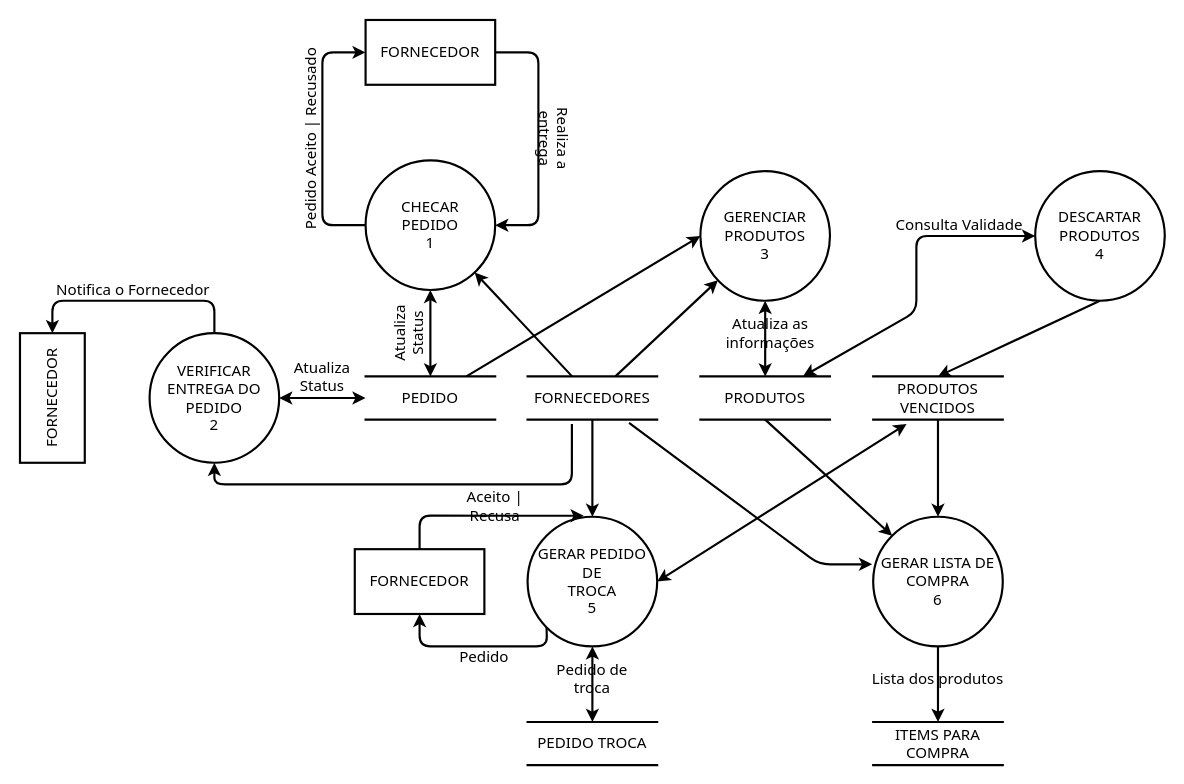
This is docs/artefatos-15-23/ESTOQUE/DFD_ESTOQUE.drawio from Darienzo08/ope_ads, a draw.io file, before an edit. Source tidied: cells renumbered, new cells numbered last; positions are measured from the earlier drawing's top-left corner, leaving out a move shared by most shapes. Both pictures are drawn from the tidied source at 108%, with x=0, y=0 at pixel (-13, 19).
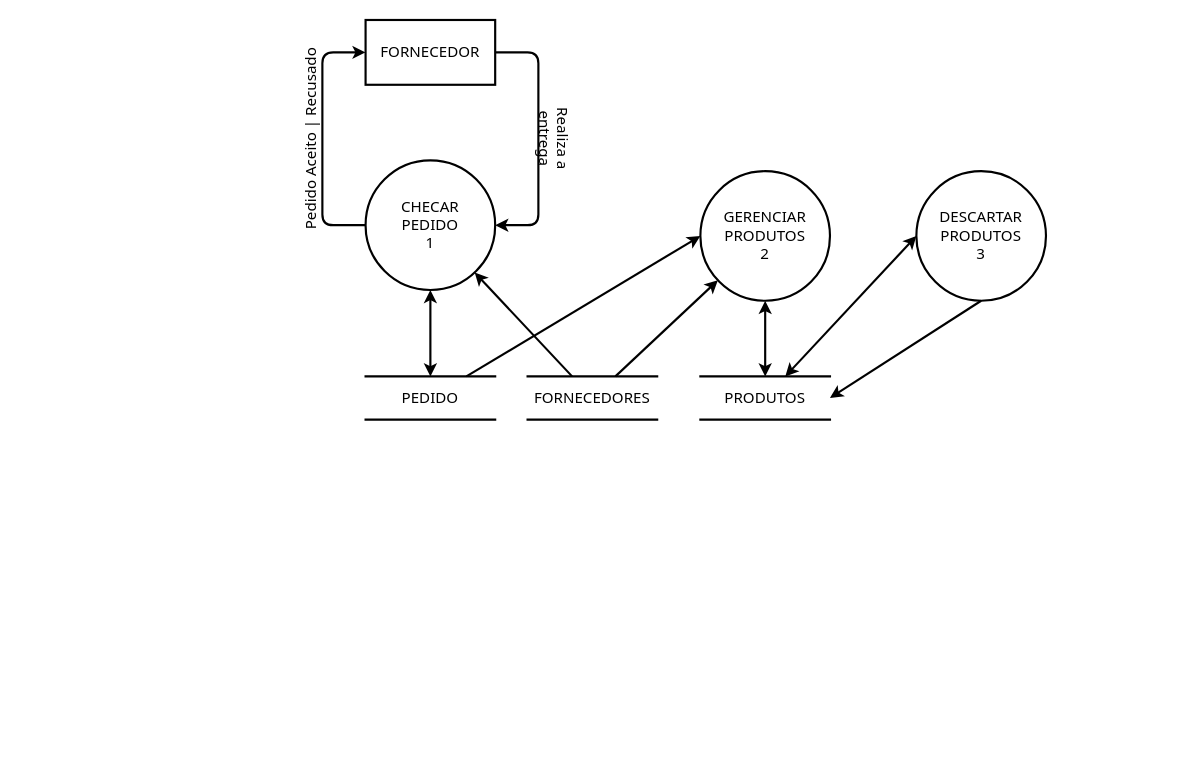
Above is the later version.

Unchanged cells that the change refers to:
```xml
<mxCell id="6" value="PEDIDO" style="shape=partialRectangle;whiteSpace=wrap;html=1;left=0;right=0;fillColor=none;strokeWidth=2;fontFamily=Tahoma;fontSize=14;" parent="1" vertex="1">
  <mxGeometry x="350" y="330" width="120" height="40" as="geometry" />
</mxCell>
<mxCell id="7" value="FORNECEDORES" style="shape=partialRectangle;whiteSpace=wrap;html=1;left=0;right=0;fillColor=none;strokeWidth=2;fontFamily=Tahoma;fontSize=14;" parent="1" vertex="1">
  <mxGeometry x="500" y="330" width="120" height="40" as="geometry" />
</mxCell>
<mxCell id="12" value="PRODUTOS" style="shape=partialRectangle;whiteSpace=wrap;html=1;left=0;right=0;fillColor=none;strokeWidth=2;fontFamily=Tahoma;fontSize=14;" parent="1" vertex="1">
  <mxGeometry x="660" y="330" width="120" height="40" as="geometry" />
</mxCell>
```

Diff of the diagram source:
```diff
@@
-    <mxCell id="13" value="GERENCIAR&lt;br style=&quot;font-size: 14px;&quot;&gt;PRODUTOS&lt;br style=&quot;font-size: 14px;&quot;&gt;3" style="ellipse;whiteSpace=wrap;html=1;strokeWidth=2;fontFamily=Tahoma;fontSize=14;" parent="1" vertex="1">
+    <mxCell id="13" value="GERENCIAR&lt;br style=&quot;font-size: 14px&quot;&gt;PRODUTOS&lt;br style=&quot;font-size: 14px&quot;&gt;2" style="ellipse;whiteSpace=wrap;html=1;strokeWidth=2;fontFamily=Tahoma;fontSize=14;" parent="1" vertex="1">
       <mxGeometry x="660" y="140" width="120" height="120" as="geometry" />
     </mxCell>
@@
-    <mxCell id="15" value="Atualiza as informações" style="text;html=1;strokeColor=none;fillColor=none;align=center;verticalAlign=middle;whiteSpace=wrap;rounded=0;strokeWidth=2;fontFamily=Tahoma;fontSize=14;" parent="1" vertex="1">
-      <mxGeometry x="650" y="280" width="150" height="20" as="geometry" />
-    </mxCell>
@@
-    <mxCell id="17" value="DESCARTAR&lt;br style=&quot;font-size: 14px;&quot;&gt;PRODUTOS&lt;br style=&quot;font-size: 14px;&quot;&gt;4" style="ellipse;whiteSpace=wrap;html=1;strokeWidth=2;fontFamily=Tahoma;fontSize=14;" parent="1" vertex="1">
-      <mxGeometry x="970" y="140" width="120" height="120" as="geometry" />
+    <mxCell id="17" value="DESCARTAR&lt;br style=&quot;font-size: 14px&quot;&gt;PRODUTOS&lt;br style=&quot;font-size: 14px&quot;&gt;3" style="ellipse;whiteSpace=wrap;html=1;strokeWidth=2;fontFamily=Tahoma;fontSize=14;" parent="1" vertex="1">
+      <mxGeometry x="860" y="140" width="120" height="120" as="geometry" />
     </mxCell>
-    <mxCell id="18" value="PRODUTOS&lt;br style=&quot;font-size: 14px;&quot;&gt;VENCIDOS" style="shape=partialRectangle;whiteSpace=wrap;html=1;left=0;right=0;fillColor=none;strokeWidth=2;fontFamily=Tahoma;fontSize=14;" parent="1" vertex="1">
-      <mxGeometry x="820" y="330" width="120" height="40" as="geometry" />
-    </mxCell>
-    <mxCell id="19" value="Consulta Validade" style="text;html=1;strokeColor=none;fillColor=none;align=center;verticalAlign=middle;whiteSpace=wrap;rounded=0;rotation=0;strokeWidth=2;fontFamily=Tahoma;fontSize=14;" parent="1" vertex="1">
-      <mxGeometry x="830" y="180" width="140" height="20" as="geometry" />
-    </mxCell>
     <mxCell id="20" style="endArrow=classic;startArrow=classic;html=1;entryX=0;entryY=0.5;entryDx=0;entryDy=0;strokeWidth=2;fontFamily=Tahoma;fontSize=14;" parent="1" edge="1" source="12" target="17">
-      <mxGeometry relative="1" as="geometry">
-        <Array as="points">
-          <mxPoint x="860" y="270" />
-          <mxPoint x="860" y="200" />
-        </Array>
-      </mxGeometry>
+      <mxGeometry relative="1" as="geometry" />
     </mxCell>
-    <mxCell id="21" style="endArrow=classic;html=1;exitX=0.5;exitY=1;exitDx=0;exitDy=0;entryX=0.5;entryY=0;entryDx=0;entryDy=0;strokeWidth=2;fontFamily=Tahoma;fontSize=14;" parent="1" edge="1" source="17" target="18">
+    <mxCell id="21" style="endArrow=classic;html=1;exitX=0.5;exitY=1;exitDx=0;exitDy=0;entryX=1;entryY=0.5;entryDx=0;entryDy=0;strokeWidth=2;fontFamily=Tahoma;fontSize=14;" parent="1" edge="1" source="17" target="12">
       <mxGeometry relative="1" as="geometry" />
     </mxCell>
-    <mxCell id="22" value="GERAR PEDIDO&lt;br style=&quot;font-size: 14px;&quot;&gt;DE&lt;br style=&quot;font-size: 14px;&quot;&gt;TROCA&lt;br style=&quot;font-size: 14px;&quot;&gt;5" style="ellipse;whiteSpace=wrap;html=1;strokeWidth=2;fontFamily=Tahoma;fontSize=14;" parent="1" vertex="1">
-      <mxGeometry x="500" y="460" width="120" height="120" as="geometry" />
-    </mxCell>
-    <mxCell id="23" value="GERAR LISTA DE COMPRA&lt;br&gt;6" style="ellipse;whiteSpace=wrap;html=1;strokeWidth=2;fontFamily=Tahoma;fontSize=14;" parent="1" vertex="1">
-      <mxGeometry x="820" y="460" width="120" height="120" as="geometry" />
-    </mxCell>
-    <mxCell id="24" style="endArrow=classic;html=1;exitX=0.5;exitY=1;exitDx=0;exitDy=0;strokeWidth=2;fontFamily=Tahoma;fontSize=14;" parent="1" edge="1" source="7" target="22">
-      <mxGeometry relative="1" as="geometry" />
-    </mxCell>
-    <mxCell id="25" style="endArrow=classic;startArrow=classic;html=1;entryX=0.258;entryY=1.1;entryDx=0;entryDy=0;entryPerimeter=0;exitX=1;exitY=0.5;exitDx=0;exitDy=0;strokeWidth=2;fontFamily=Tahoma;fontSize=14;" parent="1" edge="1" source="22" target="18">
-      <mxGeometry relative="1" as="geometry" />
-    </mxCell>
-    <mxCell id="26" value="PEDIDO TROCA" style="shape=partialRectangle;whiteSpace=wrap;html=1;left=0;right=0;fillColor=none;strokeWidth=2;fontFamily=Tahoma;fontSize=14;" parent="1" vertex="1">
-      <mxGeometry x="500" y="650" width="120" height="40" as="geometry" />
-    </mxCell>
-    <mxCell id="27" value="Pedido de troca" style="text;html=1;strokeColor=none;fillColor=none;align=center;verticalAlign=middle;whiteSpace=wrap;rounded=0;strokeWidth=2;fontFamily=Tahoma;fontSize=14;" parent="1" vertex="1">
-      <mxGeometry x="510" y="600" width="100" height="20" as="geometry" />
-    </mxCell>
-    <mxCell id="28" style="endArrow=classic;html=1;exitX=0.783;exitY=1.075;exitDx=0;exitDy=0;exitPerimeter=0;entryX=-0.008;entryY=0.367;entryDx=0;entryDy=0;entryPerimeter=0;strokeWidth=2;fontFamily=Tahoma;fontSize=14;" parent="1" edge="1" source="7" target="23">
-      <mxGeometry relative="1" as="geometry">
-        <Array as="points">
-          <mxPoint x="770" y="504" />
-        </Array>
-      </mxGeometry>
-    </mxCell>
-    <mxCell id="29" style="endArrow=classic;html=1;exitX=0.5;exitY=1;exitDx=0;exitDy=0;entryX=0;entryY=0;entryDx=0;entryDy=0;strokeWidth=2;fontFamily=Tahoma;fontSize=14;" parent="1" edge="1" source="12" target="23">
-      <mxGeometry relative="1" as="geometry" />
-    </mxCell>
-    <mxCell id="30" style="endArrow=classic;html=1;exitX=0.5;exitY=1;exitDx=0;exitDy=0;entryX=0.5;entryY=0;entryDx=0;entryDy=0;strokeWidth=2;fontFamily=Tahoma;fontSize=14;" parent="1" edge="1" source="18" target="23">
-      <mxGeometry relative="1" as="geometry" />
-    </mxCell>
-    <mxCell id="31" value="ITEMS PARA COMPRA" style="shape=partialRectangle;whiteSpace=wrap;html=1;left=0;right=0;fillColor=none;strokeWidth=2;fontFamily=Tahoma;fontSize=14;" parent="1" vertex="1">
-      <mxGeometry x="820" y="650" width="120" height="40" as="geometry" />
-    </mxCell>
-    <mxCell id="32" style="endArrow=classic;html=1;exitX=0.5;exitY=1;exitDx=0;exitDy=0;entryX=0.5;entryY=0;entryDx=0;entryDy=0;strokeWidth=2;fontFamily=Tahoma;fontSize=14;" parent="1" edge="1" source="23" target="31">
-      <mxGeometry relative="1" as="geometry" />
-    </mxCell>
-    <mxCell id="33" value="Lista dos produtos" style="text;html=1;strokeColor=none;fillColor=none;align=center;verticalAlign=middle;whiteSpace=wrap;rounded=0;strokeWidth=2;fontFamily=Tahoma;fontSize=14;" parent="1" vertex="1">
-      <mxGeometry x="800" y="600" width="160" height="20" as="geometry" />
-    </mxCell>
-    <mxCell id="34" value="VERIFICAR ENTREGA DO PEDIDO&lt;br&gt;2" style="ellipse;whiteSpace=wrap;html=1;strokeWidth=2;fontFamily=Tahoma;fontSize=14;" parent="1" vertex="1">
-      <mxGeometry x="150" y="290" width="120" height="120" as="geometry" />
-    </mxCell>
-    <mxCell id="35" style="endArrow=classic;startArrow=classic;html=1;strokeWidth=2;fontFamily=Tahoma;fontSize=14;exitX=1;exitY=0.5;exitDx=0;exitDy=0;" parent="1" edge="1" source="34" target="6">
-      <mxGeometry relative="1" as="geometry" />
-    </mxCell>
-    <mxCell id="36" style="endArrow=classic;html=1;strokeWidth=2;fontFamily=Tahoma;fontSize=14;exitX=0.342;exitY=1.1;exitDx=0;exitDy=0;exitPerimeter=0;entryX=0.5;entryY=1;entryDx=0;entryDy=0;" parent="1" edge="1" source="7" target="34">
-      <mxGeometry relative="1" as="geometry">
-        <Array as="points">
-          <mxPoint x="541" y="430" />
-          <mxPoint x="210" y="430" />
-        </Array>
-      </mxGeometry>
-    </mxCell>
-    <mxCell id="37" value="FORNECEDOR" style="rounded=0;whiteSpace=wrap;html=1;strokeWidth=2;fontFamily=Tahoma;fontSize=14;rotation=-90;" parent="1" vertex="1">
-      <mxGeometry y="320" width="120" height="60" as="geometry" />
-    </mxCell>
-    <mxCell id="38" style="endArrow=classic;html=1;strokeWidth=2;fontFamily=Tahoma;fontSize=14;exitX=0.5;exitY=0;exitDx=0;exitDy=0;entryX=1;entryY=0.5;entryDx=0;entryDy=0;" parent="1" edge="1" source="34" target="37">
-      <mxGeometry relative="1" as="geometry">
-        <Array as="points">
-          <mxPoint x="210" y="260" />
-          <mxPoint x="60" y="260" />
-        </Array>
-      </mxGeometry>
-    </mxCell>
-    <mxCell id="39" value="Notifica o Fornecedor" style="text;html=1;strokeColor=none;fillColor=none;align=center;verticalAlign=middle;whiteSpace=wrap;rounded=0;fontFamily=Tahoma;fontSize=14;" parent="1" vertex="1">
-      <mxGeometry x="50" y="240" width="170" height="20" as="geometry" />
-    </mxCell>
-    <mxCell id="40" value="Atualiza Status" style="text;html=1;strokeColor=none;fillColor=none;align=center;verticalAlign=middle;whiteSpace=wrap;rounded=0;fontFamily=Tahoma;fontSize=14;" parent="1" vertex="1">
-      <mxGeometry x="290" y="320" width="40" height="20" as="geometry" />
-    </mxCell>
-    <mxCell id="41" value="Atualiza Status" style="text;html=1;strokeColor=none;fillColor=none;align=center;verticalAlign=middle;whiteSpace=wrap;rounded=0;fontFamily=Tahoma;fontSize=14;rotation=-90;" parent="1" vertex="1">
-      <mxGeometry x="370" y="280" width="40" height="20" as="geometry" />
-    </mxCell>
@@
-    <mxCell id="43" value="FORNECEDOR" style="rounded=0;whiteSpace=wrap;html=1;strokeWidth=2;fontFamily=Tahoma;fontSize=14;rotation=0;" parent="1" vertex="1">
-      <mxGeometry x="340" y="490" width="120" height="60" as="geometry" />
-    </mxCell>
-    <mxCell id="44" style="endArrow=classic;html=1;exitX=0;exitY=1;exitDx=0;exitDy=0;entryX=0.5;entryY=1;entryDx=0;entryDy=0;strokeWidth=2;" parent="1" edge="1" source="22" target="43">
-      <mxGeometry relative="1" as="geometry">
-        <Array as="points">
-          <mxPoint x="518" y="580" />
-          <mxPoint x="400" y="580" />
-        </Array>
-      </mxGeometry>
-    </mxCell>
-    <mxCell id="45" style="endArrow=classic;html=1;exitX=0.5;exitY=0;exitDx=0;exitDy=0;entryX=0.433;entryY=-0.008;entryDx=0;entryDy=0;entryPerimeter=0;strokeWidth=2;" parent="1" edge="1" source="43" target="22">
-      <mxGeometry relative="1" as="geometry">
-        <Array as="points">
-          <mxPoint x="400" y="459" />
-        </Array>
-      </mxGeometry>
-    </mxCell>
-    <mxCell id="46" value="Pedido" style="text;html=1;strokeColor=none;fillColor=none;align=center;verticalAlign=middle;whiteSpace=wrap;rounded=0;strokeWidth=2;fontFamily=Tahoma;fontSize=14;" parent="1" vertex="1">
-      <mxGeometry x="410" y="580" width="100" height="20" as="geometry" />
-    </mxCell>
-    <mxCell id="47" value="Aceito | Recusa" style="text;html=1;strokeColor=none;fillColor=none;align=center;verticalAlign=middle;whiteSpace=wrap;rounded=0;strokeWidth=2;fontFamily=Tahoma;fontSize=14;" parent="1" vertex="1">
-      <mxGeometry x="420" y="440" width="100" height="20" as="geometry" />
-    </mxCell>
-    <mxCell id="48" style="endArrow=classic;startArrow=classic;html=1;strokeWidth=2;exitX=0.5;exitY=1;exitDx=0;exitDy=0;" parent="1" edge="1" source="22" target="26">
-      <mxGeometry relative="1" as="geometry" />
-    </mxCell>
```
